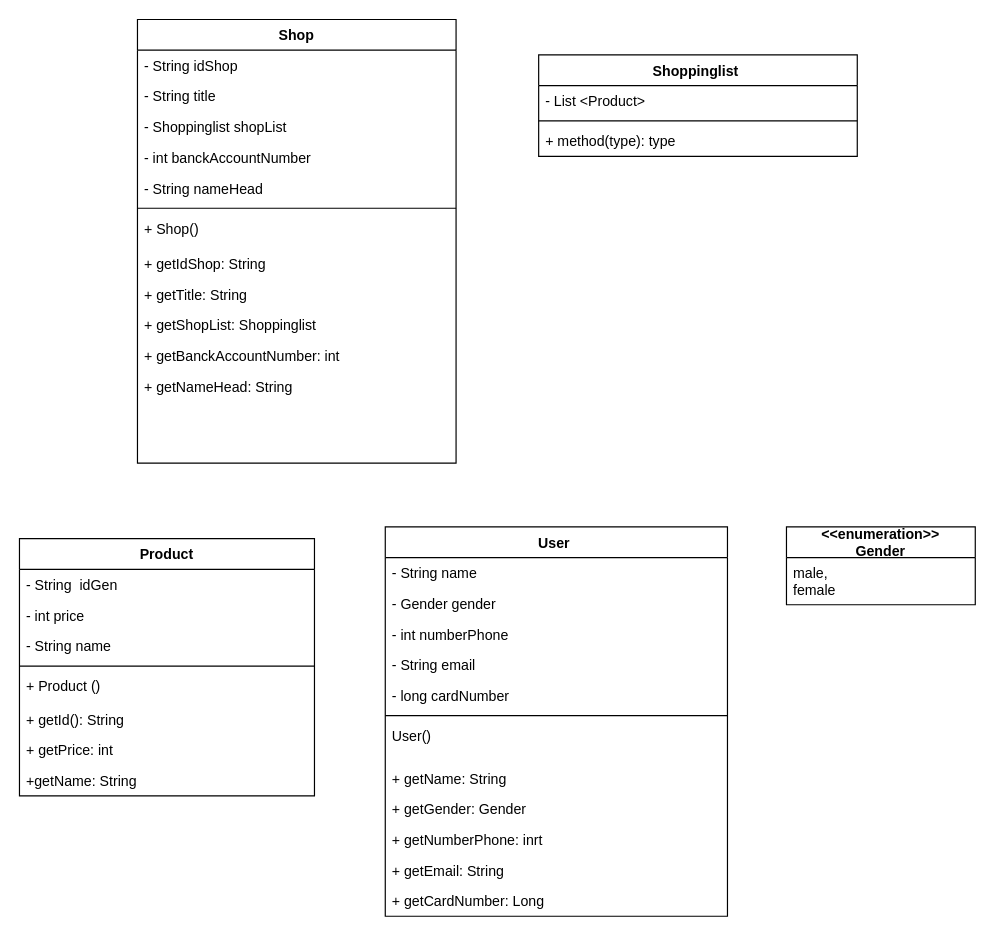
The draw.io diagram Marketplace (6).drawio in KuroTamashiAF/Software-architecture_HomeWork_5, before the edit. Source tidied: cells renumbered, new cells numbered last; positions are measured from the earlier drawing's top-left corner, leaving out a move shared by most shapes. Both pictures are drawn from the tidied source at 118%, with x=0, y=0 at pixel (19, 19).
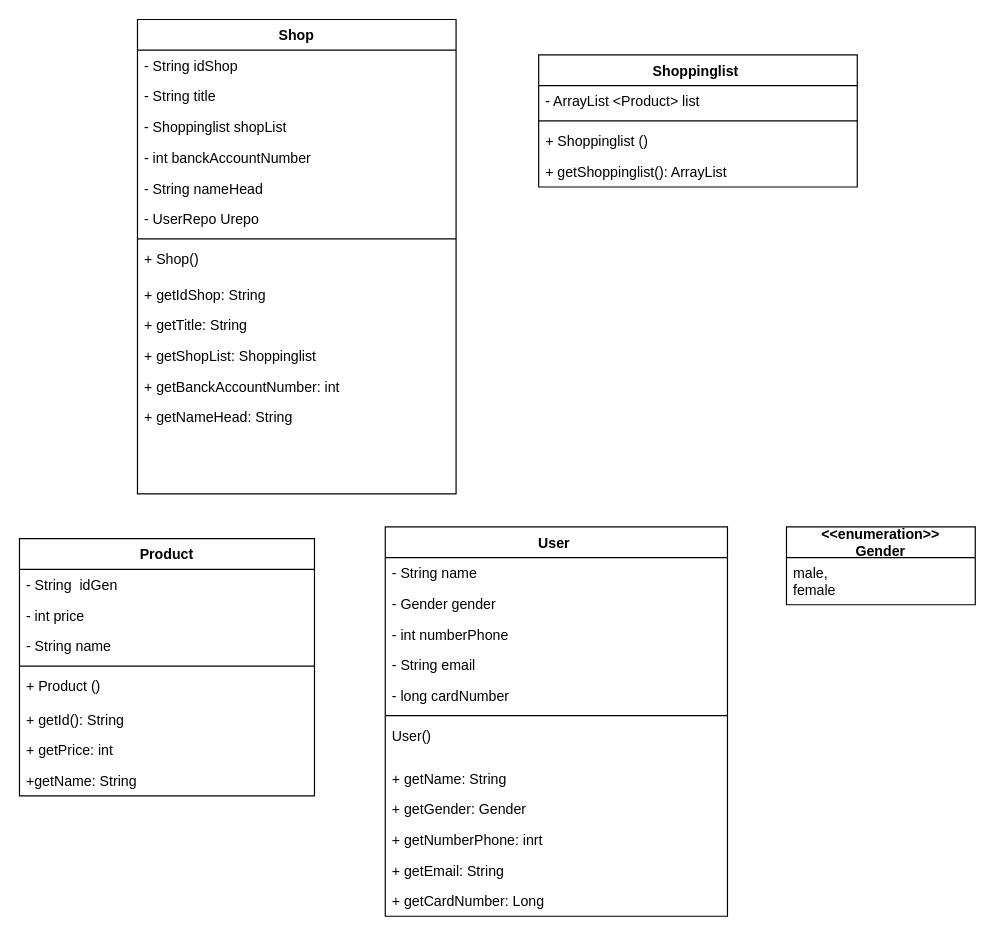
After the change.

Commit message:
craete shopping list and shop add list of users

Change to the diagram source:
```diff
@@
     <mxCell id="26" value="Shop" style="swimlane;fontStyle=1;align=center;verticalAlign=top;horizontal=1;startSize=26;" parent="1" vertex="1">
-      <mxGeometry x="100" width="270" height="376" as="geometry" />
+      <mxGeometry x="100" width="270" height="402" as="geometry" />
     </mxCell>
@@
+    <mxCell id="45" value="- UserRepo Urepo" style="text;strokeColor=none;fillColor=none;align=left;verticalAlign=top;spacingLeft=4;spacingRight=4;overflow=hidden;" parent="26" vertex="1">
+      <mxGeometry y="156" width="270" height="26" as="geometry" />
+    </mxCell>
     <mxCell id="32" style="line;strokeWidth=1;fillColor=none;align=left;verticalAlign=middle;spacingTop=-1;spacingLeft=3;spacingRight=3;labelPosition=right;strokeColor=inherit;" parent="26" vertex="1">
-      <mxGeometry y="156" width="270" height="8" as="geometry" />
+      <mxGeometry y="182" width="270" height="8" as="geometry" />
     </mxCell>
     <mxCell id="33" value="+ Shop()&#10;" style="text;strokeColor=none;fillColor=none;align=left;verticalAlign=top;spacingLeft=4;spacingRight=4;overflow=hidden;" parent="26" vertex="1">
-      <mxGeometry y="164" width="270" height="30" as="geometry" />
+      <mxGeometry y="190" width="270" height="30" as="geometry" />
     </mxCell>
     <mxCell id="34" value="+ getIdShop: String" style="text;strokeColor=none;fillColor=none;align=left;verticalAlign=top;spacingLeft=4;spacingRight=4;overflow=hidden;" parent="26" vertex="1">
-      <mxGeometry y="194" width="270" height="26" as="geometry" />
+      <mxGeometry y="220" width="270" height="26" as="geometry" />
     </mxCell>
     <mxCell id="35" value="+ getTitle: String " style="text;strokeColor=none;fillColor=none;align=left;verticalAlign=top;spacingLeft=4;spacingRight=4;overflow=hidden;" parent="26" vertex="1">
-      <mxGeometry y="220" width="270" height="26" as="geometry" />
+      <mxGeometry y="246" width="270" height="26" as="geometry" />
     </mxCell>
     <mxCell id="36" value="+ getShopList: Shoppinglist &#10; " style="text;strokeColor=none;fillColor=none;align=left;verticalAlign=top;spacingLeft=4;spacingRight=4;overflow=hidden;" parent="26" vertex="1">
-      <mxGeometry y="246" width="270" height="26" as="geometry" />
+      <mxGeometry y="272" width="270" height="26" as="geometry" />
     </mxCell>
     <mxCell id="37" value="+ getBanckAccountNumber: int " style="text;strokeColor=none;fillColor=none;align=left;verticalAlign=top;spacingLeft=4;spacingRight=4;overflow=hidden;" parent="26" vertex="1">
-      <mxGeometry y="272" width="270" height="26" as="geometry" />
+      <mxGeometry y="298" width="270" height="26" as="geometry" />
     </mxCell>
     <mxCell id="38" value="+ getNameHead: String" style="text;strokeColor=none;fillColor=none;align=left;verticalAlign=top;spacingLeft=4;spacingRight=4;overflow=hidden;" parent="26" vertex="1">
-      <mxGeometry y="298" width="270" height="26" as="geometry" />
+      <mxGeometry y="324" width="270" height="26" as="geometry" />
     </mxCell>
     <mxCell id="39" style="text;strokeColor=none;fillColor=none;align=left;verticalAlign=top;spacingLeft=4;spacingRight=4;overflow=hidden;" parent="26" vertex="1">
-      <mxGeometry y="324" width="270" height="26" as="geometry" />
+      <mxGeometry y="350" width="270" height="26" as="geometry" />
     </mxCell>
     <mxCell id="40" style="text;strokeColor=none;fillColor=none;align=left;verticalAlign=top;spacingLeft=4;spacingRight=4;overflow=hidden;" parent="26" vertex="1">
-      <mxGeometry y="350" width="270" height="26" as="geometry" />
+      <mxGeometry y="376" width="270" height="26" as="geometry" />
     </mxCell>
     <mxCell id="41" value="Shoppinglist " style="swimlane;fontStyle=1;align=center;verticalAlign=top;horizontal=1;startSize=26;" parent="1" vertex="1">
-      <mxGeometry x="440" y="30" width="270" height="86" as="geometry" />
+      <mxGeometry x="440" y="30" width="270" height="112" as="geometry" />
     </mxCell>
-    <mxCell id="42" value="- List &lt;Product&gt; " style="text;strokeColor=none;fillColor=none;align=left;verticalAlign=top;spacingLeft=4;spacingRight=4;overflow=hidden;" parent="41" vertex="1">
+    <mxCell id="42" value="- ArrayList &lt;Product&gt; list" style="text;strokeColor=none;fillColor=none;align=left;verticalAlign=top;spacingLeft=4;spacingRight=4;overflow=hidden;" parent="41" vertex="1">
       <mxGeometry y="26" width="270" height="26" as="geometry" />
     </mxCell>
@@
-    <mxCell id="44" value="+ method(type): type" style="text;strokeColor=none;fillColor=none;align=left;verticalAlign=top;spacingLeft=4;spacingRight=4;overflow=hidden;" parent="41" vertex="1">
+    <mxCell id="44" value="+ Shoppinglist ()&#10; " style="text;strokeColor=none;fillColor=none;align=left;verticalAlign=top;spacingLeft=4;spacingRight=4;overflow=hidden;" parent="41" vertex="1">
       <mxGeometry y="60" width="270" height="26" as="geometry" />
     </mxCell>
+    <mxCell id="46" value="+ getShoppinglist(): ArrayList" style="text;strokeColor=none;fillColor=none;align=left;verticalAlign=top;spacingLeft=4;spacingRight=4;overflow=hidden;" parent="41" vertex="1">
+      <mxGeometry y="86" width="270" height="26" as="geometry" />
+    </mxCell>
```
